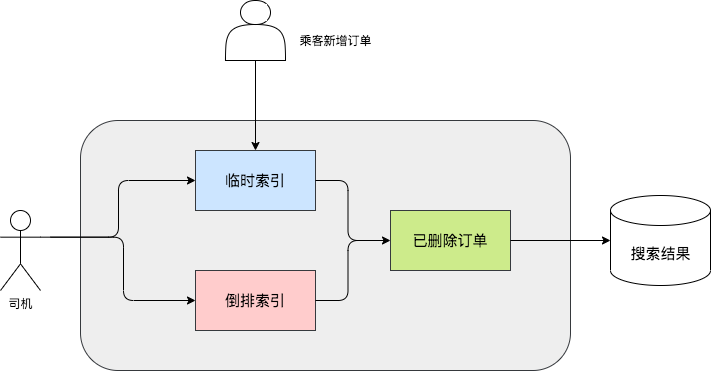
The draw.io diagram Untitled Diagram.png in NIGHTFIGHTING/wiser, before a commit. Source tidied: cells renumbered, new cells last; positions are measured from the earlier drawing's top-left corner, leaving out a move shared by most shapes.
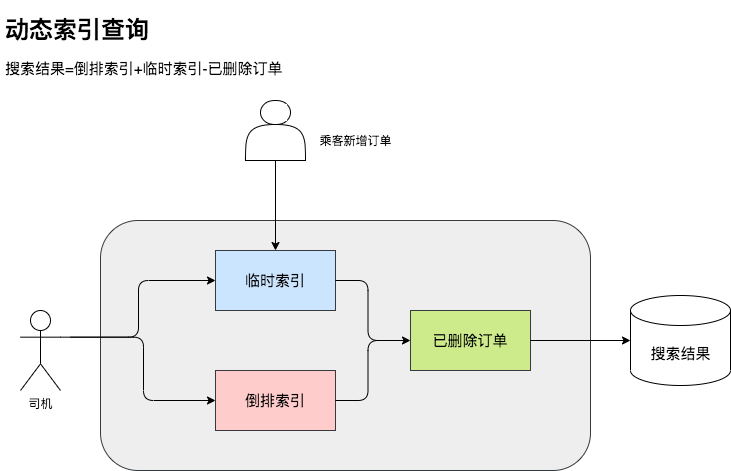
The same file after the commit.

What changed in the source:
```diff
@@ -61,5 +61,8 @@
     <mxCell id="20" value="&lt;font style=&quot;font-size: 15px ; font-weight: normal&quot;&gt;搜索结果&lt;/font&gt;" style="text;strokeColor=none;fillColor=none;html=1;fontSize=24;fontStyle=1;verticalAlign=middle;align=center;" parent="1" vertex="1">
       <mxGeometry x="610" y="230" width="100" height="40" as="geometry" />
     </mxCell>
+    <mxCell id="21" value="&lt;h1&gt;动态索引查询&lt;/h1&gt;&lt;p&gt;&lt;font style=&quot;font-size: 15px&quot;&gt;搜索结果=倒排索引+临时索引-已删除订单&lt;/font&gt;&lt;/p&gt;" style="text;html=1;strokeColor=none;fillColor=none;spacing=5;spacingTop=-20;whiteSpace=wrap;overflow=hidden;rounded=0;" parent="1" vertex="1">
+      <mxGeometry x="-20" y="-90" width="320" height="120" as="geometry" />
+    </mxCell>
   </root>
 </mxGraphModel>
```
